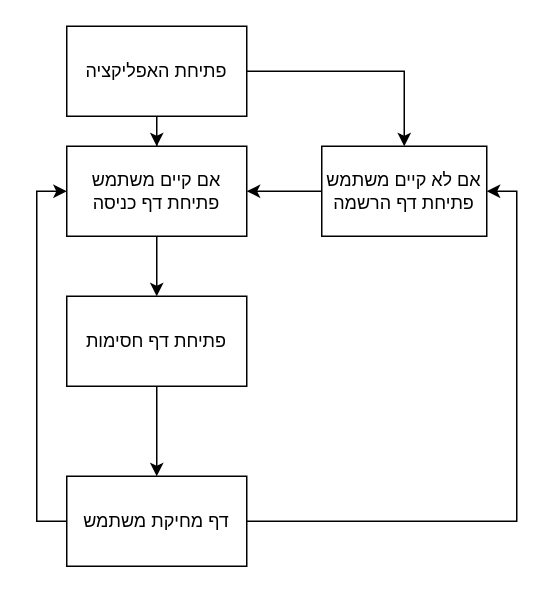
The draw.io diagram היררכית דפים.drawio in yotam201410/5-unit-project, before the edit. Source tidied: cells renumbered, new cells numbered last; positions are measured from the earlier drawing's top-left corner, leaving out a move shared by most shapes. Both pictures are drawn from the tidied source at 150%, with x=0, y=0 at pixel (36, 26).
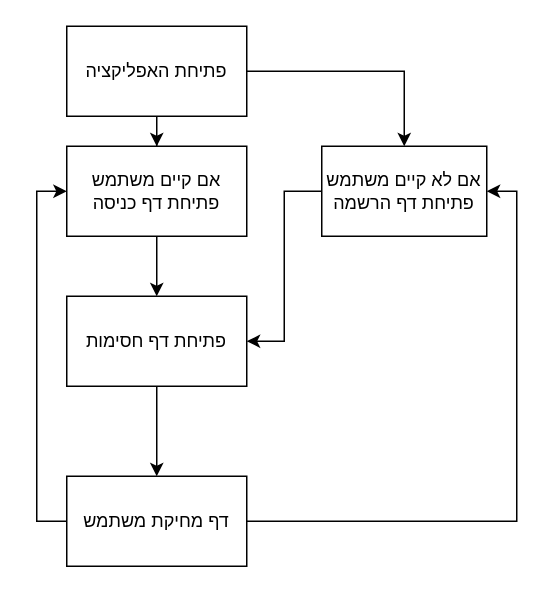
After the change.

What changed in the source:
```diff
@@
 <mxGraphModel>
   <root>
     <mxCell id="0" />
     <mxCell id="1" parent="0" />
     <mxCell id="2" style="edgeStyle=orthogonalEdgeStyle;rounded=0;jettySize=auto;html=1;entryX=0.5;entryY=0;entryDx=0;entryDy=0;" parent="1" edge="1" source="4" target="6">
       <mxGeometry relative="1" as="geometry" />
     </mxCell>
     <mxCell id="3" style="edgeStyle=orthogonalEdgeStyle;rounded=0;jettySize=auto;html=1;" parent="1" edge="1" source="4" target="8">
       <mxGeometry relative="1" as="geometry" />
     </mxCell>
     <mxCell id="4" value="פתיחת האפליקציה" style="rounded=0;whiteSpace=wrap;html=1;" parent="1" vertex="1">
       <mxGeometry x="20" width="120" height="60" as="geometry" />
     </mxCell>
-    <mxCell id="5" style="edgeStyle=orthogonalEdgeStyle;rounded=0;jettySize=auto;html=1;entryX=1;entryY=0.5;entryDx=0;entryDy=0;" parent="1" edge="1" source="6" target="8">
+    <mxCell id="5" style="edgeStyle=orthogonalEdgeStyle;rounded=0;jettySize=auto;html=1;entryX=1;entryY=0.5;entryDx=0;entryDy=0;" parent="1" edge="1" source="6" target="10">
       <mxGeometry relative="1" as="geometry" />
     </mxCell>
     <mxCell id="6" value="אם לא קיים משתמש פתיחת דף הרשמה" style="whiteSpace=wrap;html=1;rounded=0;" parent="1" vertex="1">
       <mxGeometry x="190" y="80" width="110" height="60" as="geometry" />
     </mxCell>
     <mxCell id="7" style="edgeStyle=orthogonalEdgeStyle;rounded=0;jettySize=auto;html=1;" parent="1" edge="1" source="8" target="10">
       <mxGeometry relative="1" as="geometry" />
     </mxCell>
     <mxCell id="8" value="אם קיים משתמש פתיחת דף כניסה" style="whiteSpace=wrap;html=1;rounded=0;" parent="1" vertex="1">
       <mxGeometry x="20" y="80" width="120" height="60" as="geometry" />
     </mxCell>
     <mxCell id="9" style="edgeStyle=orthogonalEdgeStyle;rounded=0;jettySize=auto;html=1;" parent="1" edge="1" source="10" target="13">
       <mxGeometry relative="1" as="geometry" />
     </mxCell>
     <mxCell id="10" value="פתיחת דף חסימות" style="whiteSpace=wrap;html=1;rounded=0;" parent="1" vertex="1">
       <mxGeometry x="20" y="180" width="120" height="60" as="geometry" />
     </mxCell>
     <mxCell id="11" style="edgeStyle=orthogonalEdgeStyle;rounded=0;jettySize=auto;html=1;entryX=0;entryY=0.5;entryDx=0;entryDy=0;" parent="1" edge="1" source="13" target="8">
       <mxGeometry relative="1" as="geometry">
         <Array as="points">
           <mxPoint y="330" />
           <mxPoint y="110" />
         </Array>
       </mxGeometry>
     </mxCell>
     <mxCell id="12" style="edgeStyle=orthogonalEdgeStyle;rounded=0;jettySize=auto;html=1;entryX=1;entryY=0.5;entryDx=0;entryDy=0;" parent="1" edge="1" source="13" target="6">
       <mxGeometry relative="1" as="geometry" />
     </mxCell>
     <mxCell id="13" value="דף מחיקת משתמש" style="whiteSpace=wrap;html=1;rounded=0;" parent="1" vertex="1">
       <mxGeometry x="20" y="300" width="120" height="60" as="geometry" />
     </mxCell>
   </root>
 </mxGraphModel>
```
